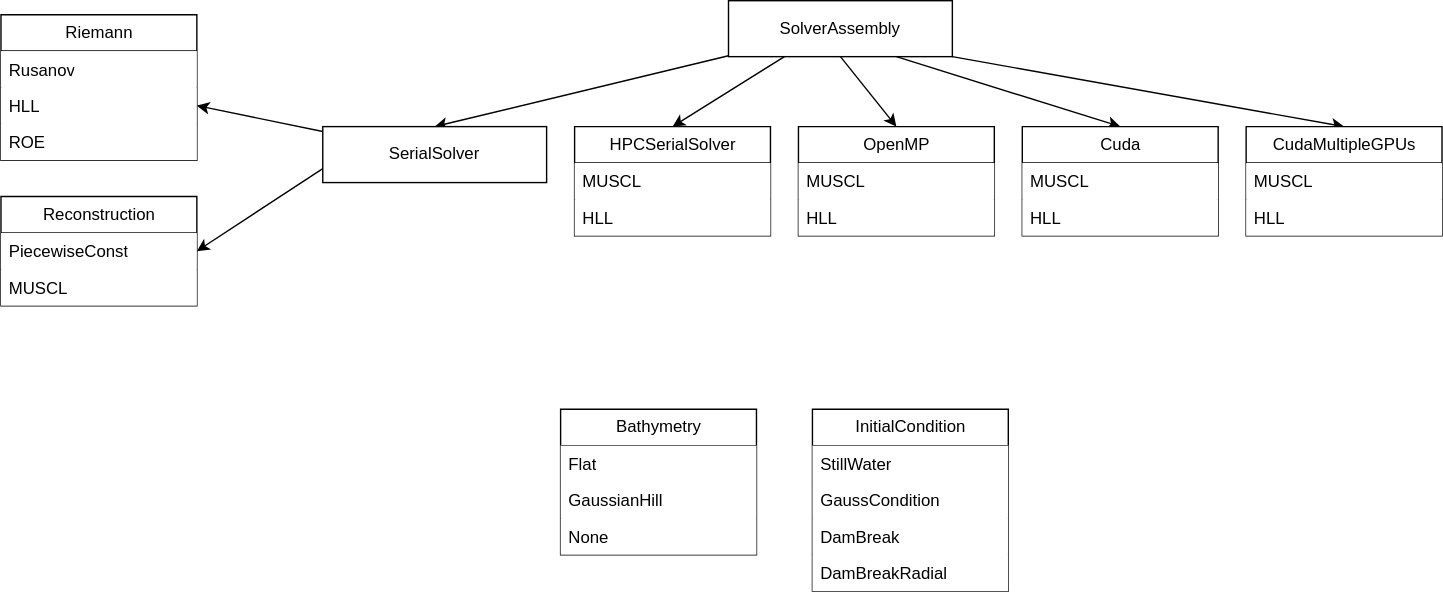
Before: docs/Solver_structure.svg, a diagram exported from draw.io (LukasBlanck/shallow-water). Source tidied: cells renumbered, new cells last; positions are measured from the earlier drawing's top-left corner, leaving out a move shared by most shapes.
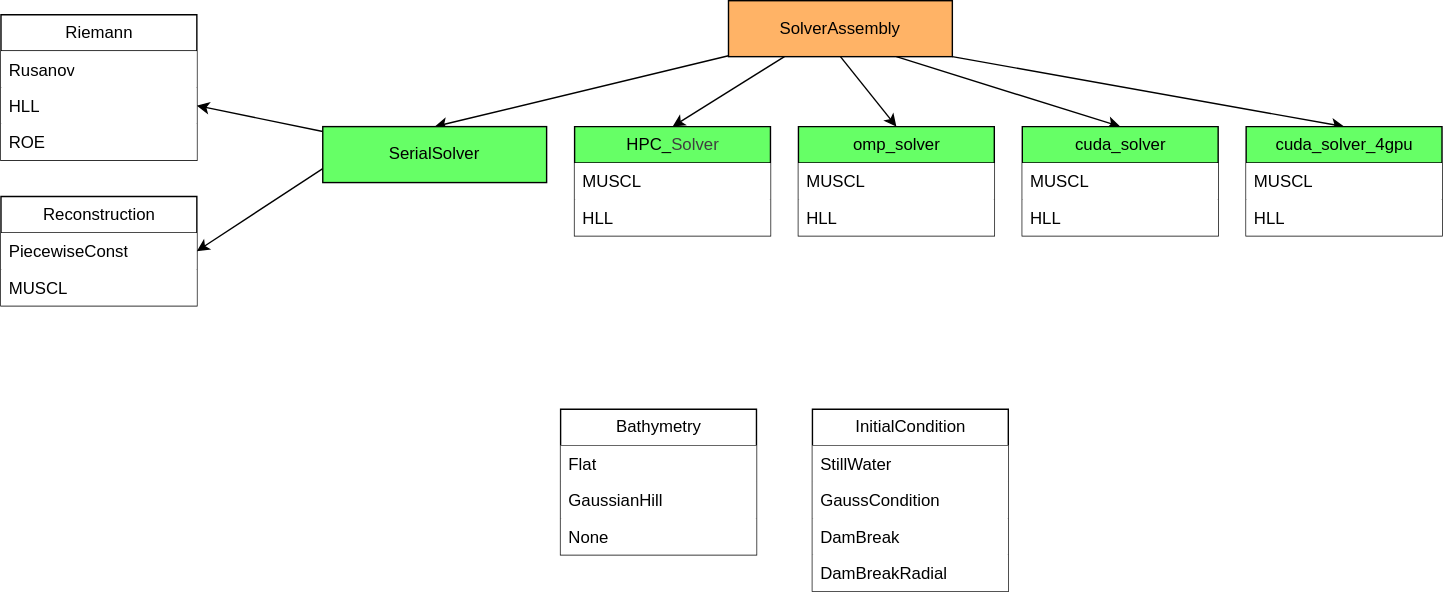
After the commit.

Commit message:
better naming in structure visualization

The edit, as a diff of the source:
```diff
@@ -17,7 +17,7 @@
     <mxCell id="6" style="edgeStyle=none;html=1;exitX=1;exitY=1;exitDx=0;exitDy=0;entryX=0.5;entryY=0;entryDx=0;entryDy=0;" parent="1" edge="1" source="7" target="32">
       <mxGeometry relative="1" as="geometry" />
     </mxCell>
-    <mxCell id="7" value="SolverAssembly" style="rounded=0;whiteSpace=wrap;html=1;" parent="1" vertex="1">
+    <mxCell id="7" value="SolverAssembly" style="rounded=0;whiteSpace=wrap;html=1;fillColor=#FFB366;" parent="1" vertex="1">
       <mxGeometry x="520" width="160" height="40" as="geometry" />
     </mxCell>
     <mxCell id="8" style="edgeStyle=none;html=1;entryX=1;entryY=0.5;entryDx=0;entryDy=0;" parent="1" edge="1" source="10" target="16">
@@ -26,7 +26,7 @@
     <mxCell id="9" style="edgeStyle=none;html=1;entryX=1;entryY=0.5;entryDx=0;entryDy=0;exitX=0;exitY=0.75;exitDx=0;exitDy=0;" parent="1" edge="1" source="10" target="12">
       <mxGeometry relative="1" as="geometry" />
     </mxCell>
-    <mxCell id="10" value="SerialSolver" style="rounded=0;whiteSpace=wrap;html=1;" parent="1" vertex="1">
+    <mxCell id="10" value="SerialSolver" style="rounded=0;whiteSpace=wrap;html=1;fillColor=#66FF66;" parent="1" vertex="1">
       <mxGeometry x="230" y="90" width="160" height="40" as="geometry" />
     </mxCell>
     <mxCell id="11" value="Reconstruction" style="swimlane;fontStyle=0;horizontal=1;startSize=26;fillColor=#FFFFFF;html=1;" parent="1" vertex="1">
@@ -65,7 +65,7 @@
     <mxCell id="22" value="DamBreakRadial" style="text;strokeColor=none;fillColor=#FFFFFF;align=left;verticalAlign=top;spacingLeft=4;spacingRight=4;overflow=hidden;whiteSpace=wrap;html=1;" parent="18" vertex="1">
       <mxGeometry y="104" width="140" height="26" as="geometry" />
     </mxCell>
-    <mxCell id="23" value="HPCSerialSolver" style="swimlane;fontStyle=0;horizontal=1;startSize=26;fillColor=#FFFFFF;html=1;" parent="1" vertex="1">
+    <mxCell id="23" value="HPC_&lt;span style=&quot;color: rgb(63, 63, 63); background-color: transparent;&quot;&gt;Solver&lt;/span&gt;" style="swimlane;fontStyle=0;horizontal=1;startSize=26;fillColor=#66FF66;html=1;" parent="1" vertex="1">
       <mxGeometry x="410" y="90" width="140" height="78" as="geometry" />
     </mxCell>
     <mxCell id="24" value="MUSCL" style="text;strokeColor=none;fillColor=#FFFFFF;align=left;verticalAlign=top;spacingLeft=4;spacingRight=4;overflow=hidden;whiteSpace=wrap;html=1;" parent="23" vertex="1">
@@ -74,7 +74,7 @@
     <mxCell id="25" value="HLL" style="text;strokeColor=none;fillColor=#FFFFFF;align=left;verticalAlign=top;spacingLeft=4;spacingRight=4;overflow=hidden;whiteSpace=wrap;html=1;" parent="23" vertex="1">
       <mxGeometry y="52" width="140" height="26" as="geometry" />
     </mxCell>
-    <mxCell id="26" value="OpenMP" style="swimlane;fontStyle=0;horizontal=1;startSize=26;fillColor=#FFFFFF;html=1;" parent="1" vertex="1">
+    <mxCell id="26" value="omp_solver" style="swimlane;fontStyle=0;horizontal=1;startSize=26;fillColor=#66FF66;html=1;" parent="1" vertex="1">
       <mxGeometry x="570" y="90" width="140" height="78" as="geometry" />
     </mxCell>
     <mxCell id="27" value="MUSCL" style="text;strokeColor=none;fillColor=#FFFFFF;align=left;verticalAlign=top;spacingLeft=4;spacingRight=4;overflow=hidden;whiteSpace=wrap;html=1;" parent="26" vertex="1">
@@ -83,7 +83,7 @@
     <mxCell id="28" value="HLL" style="text;strokeColor=none;fillColor=#FFFFFF;align=left;verticalAlign=top;spacingLeft=4;spacingRight=4;overflow=hidden;whiteSpace=wrap;html=1;" parent="26" vertex="1">
       <mxGeometry y="52" width="140" height="26" as="geometry" />
     </mxCell>
-    <mxCell id="29" value="Cuda" style="swimlane;fontStyle=0;horizontal=1;startSize=26;fillColor=#FFFFFF;html=1;" parent="1" vertex="1">
+    <mxCell id="29" value="cuda_solver" style="swimlane;fontStyle=0;horizontal=1;startSize=26;fillColor=#66FF66;html=1;" parent="1" vertex="1">
       <mxGeometry x="730" y="90" width="140" height="78" as="geometry" />
     </mxCell>
     <mxCell id="30" value="MUSCL" style="text;strokeColor=none;fillColor=#FFFFFF;align=left;verticalAlign=top;spacingLeft=4;spacingRight=4;overflow=hidden;whiteSpace=wrap;html=1;" parent="29" vertex="1">
@@ -92,7 +92,7 @@
     <mxCell id="31" value="HLL" style="text;strokeColor=none;fillColor=#FFFFFF;align=left;verticalAlign=top;spacingLeft=4;spacingRight=4;overflow=hidden;whiteSpace=wrap;html=1;" parent="29" vertex="1">
       <mxGeometry y="52" width="140" height="26" as="geometry" />
     </mxCell>
-    <mxCell id="32" value="CudaMultipleGPUs" style="swimlane;fontStyle=0;horizontal=1;startSize=26;fillColor=#FFFFFF;html=1;" parent="1" vertex="1">
+    <mxCell id="32" value="cuda_solver_4gpu" style="swimlane;fontStyle=0;horizontal=1;startSize=26;fillColor=#66FF66;html=1;" parent="1" vertex="1">
       <mxGeometry x="890" y="90" width="140" height="78" as="geometry" />
     </mxCell>
     <mxCell id="33" value="MUSCL" style="text;strokeColor=none;fillColor=#FFFFFF;align=left;verticalAlign=top;spacingLeft=4;spacingRight=4;overflow=hidden;whiteSpace=wrap;html=1;" parent="32" vertex="1">
```
